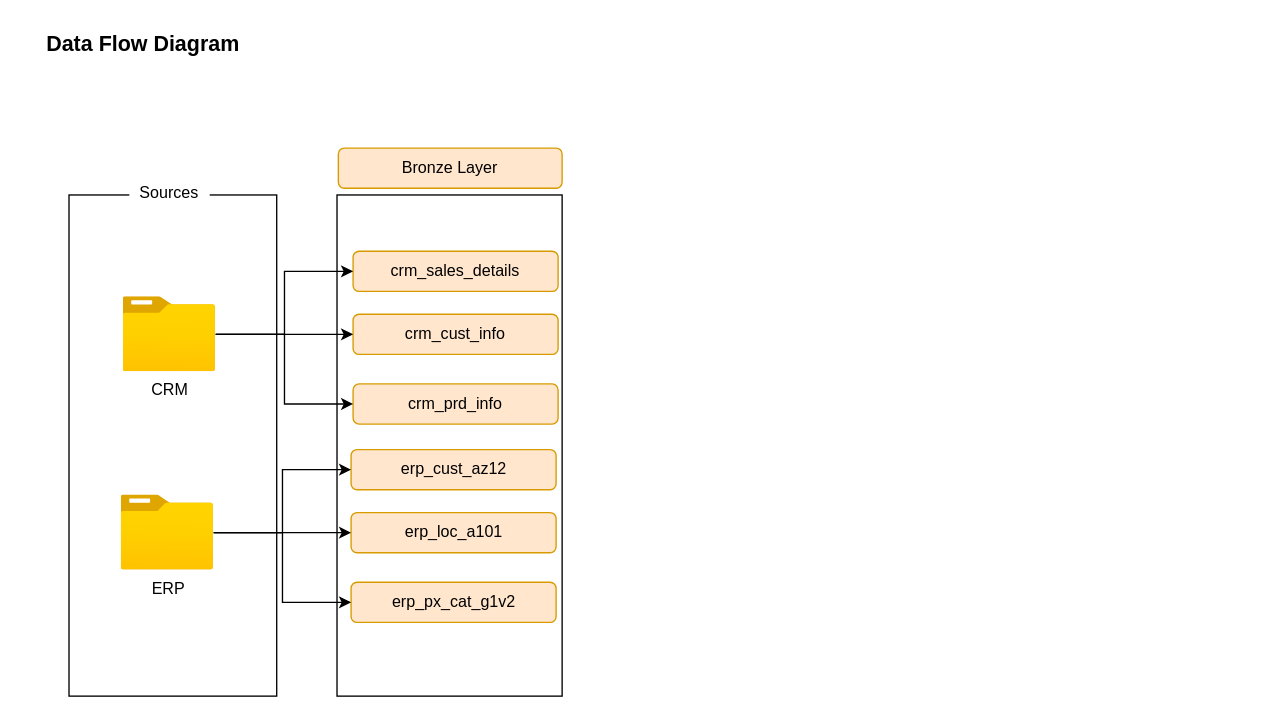
Before: page "Page-2" (2 of 4) of docs/DWH Architecture.drawio in papijo/sql-data-warehouse-project, a draw.io diagram. Source tidied: cells renumbered, new cells numbered last; positions are measured from the earlier drawing's top-left corner, leaving out a move shared by most shapes. Both pictures are drawn from the tidied source at 134%, with x=0, y=0 at pixel (23, 23).
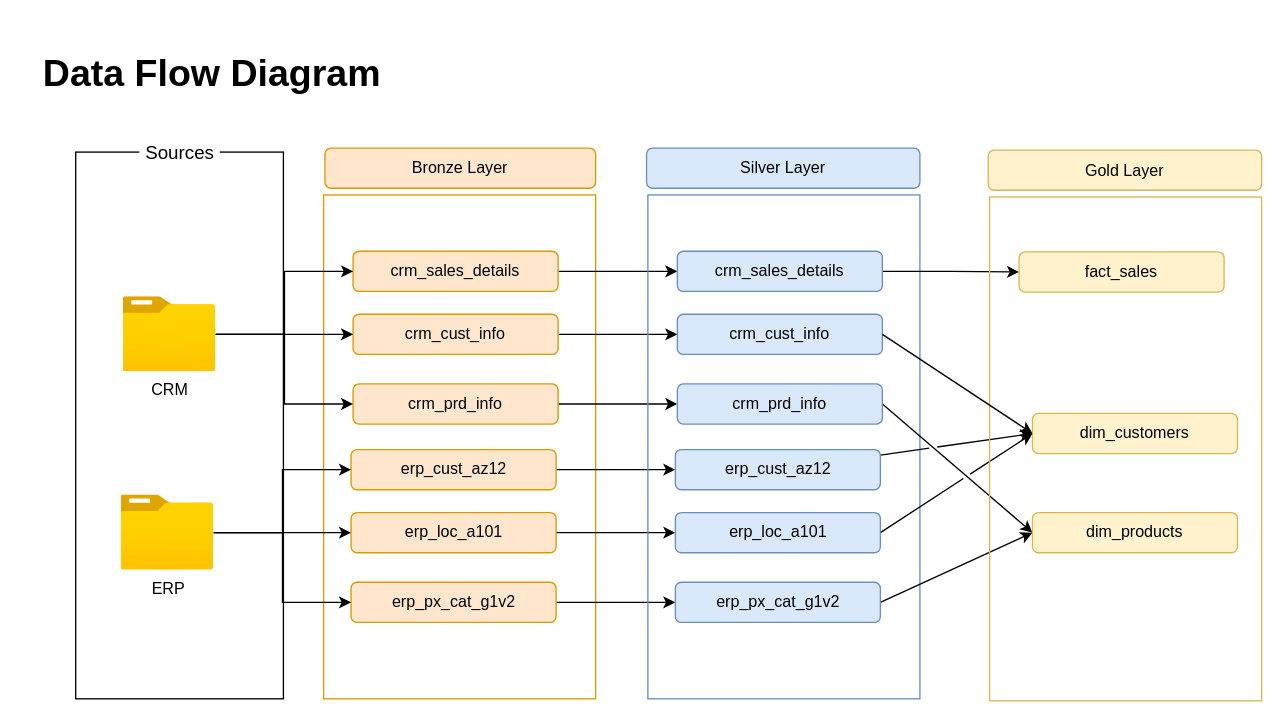
The same diagram, later.

Commit message (it also covers changes not shown here):
Full Data Warehouse

Unchanged cells that the change refers to:
```xml
<mxCell id="8" value="crm_sales_details" style="text;html=1;whiteSpace=wrap;strokeColor=#d79b00;fillColor=#ffe6cc;align=center;verticalAlign=middle;rounded=1;" parent="1" vertex="1">
  <mxGeometry x="246" y="170" width="153" height="30" as="geometry" />
</mxCell>
<mxCell id="9" value="crm_cust_info" style="text;html=1;whiteSpace=wrap;strokeColor=#d79b00;fillColor=#ffe6cc;align=center;verticalAlign=middle;rounded=1;" parent="1" vertex="1">
  <mxGeometry x="246" y="217" width="153" height="30" as="geometry" />
</mxCell>
<mxCell id="10" value="crm_prd_info" style="text;html=1;whiteSpace=wrap;strokeColor=#d79b00;fillColor=#ffe6cc;align=center;verticalAlign=middle;rounded=1;" parent="1" vertex="1">
  <mxGeometry x="246" y="269" width="153" height="30" as="geometry" />
</mxCell>
<mxCell id="15" value="erp_cust_az12" style="text;html=1;whiteSpace=wrap;strokeColor=#d79b00;fillColor=#ffe6cc;align=center;verticalAlign=middle;rounded=1;" parent="1" vertex="1">
  <mxGeometry x="244.5" y="318" width="153" height="30" as="geometry" />
</mxCell>
<mxCell id="16" value="erp_loc_a101" style="text;html=1;whiteSpace=wrap;strokeColor=#d79b00;fillColor=#ffe6cc;align=center;verticalAlign=middle;rounded=1;" parent="1" vertex="1">
  <mxGeometry x="244.5" y="365" width="153" height="30" as="geometry" />
</mxCell>
<mxCell id="17" value="erp_px_cat_g1v2" style="text;html=1;whiteSpace=wrap;strokeColor=#d79b00;fillColor=#ffe6cc;align=center;verticalAlign=middle;rounded=1;" parent="1" vertex="1">
  <mxGeometry x="244.5" y="417" width="153" height="30" as="geometry" />
</mxCell>
```

The edit, as a diff of the source:
```diff
@@
-    <mxCell id="2" value="&lt;b&gt;&lt;font style=&quot;font-size: 16px;&quot;&gt;Data Flow Diagram&lt;/font&gt;&lt;/b&gt;" style="text;html=1;whiteSpace=wrap;strokeColor=none;fillColor=none;align=center;verticalAlign=middle;rounded=0;" parent="1" vertex="1">
-      <mxGeometry width="179" height="30" as="geometry" />
+    <mxCell id="2" value="&lt;b&gt;&lt;font style=&quot;font-size: 28px;&quot;&gt;Data Flow Diagram&lt;/font&gt;&lt;/b&gt;" style="text;html=1;whiteSpace=wrap;strokeColor=none;fillColor=none;align=center;verticalAlign=middle;rounded=0;" parent="1" vertex="1">
+      <mxGeometry width="282" height="74" as="geometry" />
     </mxCell>
     <mxCell id="3" style="rounded=0;whiteSpace=wrap;html=1;" parent="1" vertex="1">
-      <mxGeometry x="34" y="128" width="155" height="374" as="geometry" />
+      <mxGeometry x="39" y="96" width="155" height="408" as="geometry" />
     </mxCell>
-    <mxCell id="4" value="Sources" style="text;html=1;whiteSpace=wrap;strokeColor=none;fillColor=default;align=center;verticalAlign=middle;rounded=0;" parent="1" vertex="1">
-      <mxGeometry x="79" y="112" width="60" height="30" as="geometry" />
+    <mxCell id="4" value="&lt;font style=&quot;font-size: 14px;&quot;&gt;Sources&lt;/font&gt;" style="text;html=1;whiteSpace=wrap;strokeColor=none;fillColor=default;align=center;verticalAlign=middle;rounded=0;" parent="1" vertex="1">
+      <mxGeometry x="86.5" y="82" width="60" height="30" as="geometry" />
     </mxCell>
@@
-    <mxCell id="6" style="rounded=0;whiteSpace=wrap;html=1;" parent="1" vertex="1">
-      <mxGeometry x="234" y="128" width="168" height="374" as="geometry" />
+    <mxCell id="6" style="rounded=0;whiteSpace=wrap;html=1;fillColor=none;strokeColor=#d79b00;" parent="1" vertex="1">
+      <mxGeometry x="224" y="128" width="203" height="376" as="geometry" />
     </mxCell>
     <mxCell id="7" value="Bronze Layer" style="text;html=1;whiteSpace=wrap;strokeColor=#d79b00;fillColor=#ffe6cc;align=center;verticalAlign=middle;rounded=1;" parent="1" vertex="1">
-      <mxGeometry x="235" y="93" width="167" height="30" as="geometry" />
+      <mxGeometry x="225" y="93" width="202" height="30" as="geometry" />
     </mxCell>
+    <mxCell id="21" style="edgeStyle=orthogonalEdgeStyle;rounded=0;jettySize=auto;html=1;" parent="1" edge="1" source="8" target="30">
+      <mxGeometry relative="1" as="geometry" />
+    </mxCell>
@@
+    <mxCell id="22" style="edgeStyle=orthogonalEdgeStyle;rounded=0;jettySize=auto;html=1;entryX=0;entryY=0.5;entryDx=0;entryDy=0;" parent="1" edge="1" source="9" target="31">
+      <mxGeometry relative="1" as="geometry" />
+    </mxCell>
@@
+    <mxCell id="23" style="edgeStyle=orthogonalEdgeStyle;rounded=0;jettySize=auto;html=1;entryX=0;entryY=0.5;entryDx=0;entryDy=0;" parent="1" edge="1" source="10" target="33">
+      <mxGeometry relative="1" as="geometry" />
+    </mxCell>
@@
+    <mxCell id="24" style="edgeStyle=orthogonalEdgeStyle;rounded=0;jettySize=auto;html=1;" parent="1" edge="1" source="15" target="35">
+      <mxGeometry relative="1" as="geometry" />
+    </mxCell>
@@
+    <mxCell id="25" style="edgeStyle=orthogonalEdgeStyle;rounded=0;jettySize=auto;html=1;entryX=0;entryY=0.5;entryDx=0;entryDy=0;" parent="1" edge="1" source="16" target="37">
+      <mxGeometry relative="1" as="geometry" />
+    </mxCell>
@@
+    <mxCell id="26" style="edgeStyle=orthogonalEdgeStyle;rounded=0;jettySize=auto;html=1;" parent="1" edge="1" source="17" target="39">
+      <mxGeometry relative="1" as="geometry" />
+    </mxCell>
@@
+    <mxCell id="27" style="rounded=0;whiteSpace=wrap;html=1;fillColor=none;strokeColor=#6c8ebf;" parent="1" vertex="1">
+      <mxGeometry x="466" y="128" width="203" height="376" as="geometry" />
+    </mxCell>
+    <mxCell id="28" value="Silver Layer" style="text;html=1;whiteSpace=wrap;strokeColor=#6c8ebf;fillColor=#dae8fc;align=center;verticalAlign=middle;rounded=1;" parent="1" vertex="1">
+      <mxGeometry x="465" y="93" width="204" height="30" as="geometry" />
+    </mxCell>
+    <mxCell id="29" style="edgeStyle=orthogonalEdgeStyle;rounded=0;jettySize=auto;html=1;" parent="1" edge="1" source="30" target="42">
+      <mxGeometry relative="1" as="geometry" />
+    </mxCell>
+    <mxCell id="30" value="crm_sales_details" style="text;html=1;whiteSpace=wrap;strokeColor=#6c8ebf;fillColor=#dae8fc;align=center;verticalAlign=middle;rounded=1;" parent="1" vertex="1">
+      <mxGeometry x="488" y="170" width="153" height="30" as="geometry" />
+    </mxCell>
+    <mxCell id="31" value="crm_cust_info" style="text;html=1;whiteSpace=wrap;strokeColor=#6c8ebf;fillColor=#dae8fc;align=center;verticalAlign=middle;rounded=1;" parent="1" vertex="1">
+      <mxGeometry x="488" y="217" width="153" height="30" as="geometry" />
+    </mxCell>
+    <mxCell id="32" style="rounded=0;jettySize=auto;html=1;entryX=0;entryY=0.5;entryDx=0;entryDy=0;exitX=1;exitY=0.5;exitDx=0;exitDy=0;jumpStyle=gap;" parent="1" edge="1" source="33" target="44">
+      <mxGeometry relative="1" as="geometry" />
+    </mxCell>
+    <mxCell id="33" value="crm_prd_info" style="text;html=1;whiteSpace=wrap;strokeColor=#6c8ebf;fillColor=#dae8fc;align=center;verticalAlign=middle;rounded=1;" parent="1" vertex="1">
+      <mxGeometry x="488" y="269" width="153" height="30" as="geometry" />
+    </mxCell>
+    <mxCell id="34" style="rounded=0;jettySize=auto;html=1;entryX=0;entryY=0.5;entryDx=0;entryDy=0;jumpStyle=gap;" parent="1" edge="1" source="35" target="43">
+      <mxGeometry relative="1" as="geometry" />
+    </mxCell>
+    <mxCell id="35" value="erp_cust_az12" style="text;html=1;whiteSpace=wrap;strokeColor=#6c8ebf;fillColor=#dae8fc;align=center;verticalAlign=middle;rounded=1;" parent="1" vertex="1">
+      <mxGeometry x="486.5" y="318" width="153" height="30" as="geometry" />
+    </mxCell>
+    <mxCell id="36" style="rounded=0;jettySize=auto;html=1;entryX=0;entryY=0.5;entryDx=0;entryDy=0;exitX=1;exitY=0.5;exitDx=0;exitDy=0;jumpStyle=gap;" parent="1" edge="1" source="37" target="43">
+      <mxGeometry relative="1" as="geometry" />
+    </mxCell>
+    <mxCell id="37" value="erp_loc_a101" style="text;html=1;whiteSpace=wrap;strokeColor=#6c8ebf;fillColor=#dae8fc;align=center;verticalAlign=middle;rounded=1;" parent="1" vertex="1">
+      <mxGeometry x="486.5" y="365" width="153" height="30" as="geometry" />
+    </mxCell>
+    <mxCell id="38" style="rounded=0;jettySize=auto;html=1;entryX=0;entryY=0.5;entryDx=0;entryDy=0;exitX=1;exitY=0.5;exitDx=0;exitDy=0;jumpStyle=gap;" parent="1" edge="1" source="39" target="44">
+      <mxGeometry relative="1" as="geometry" />
+    </mxCell>
+    <mxCell id="39" value="erp_px_cat_g1v2" style="text;html=1;whiteSpace=wrap;strokeColor=#6c8ebf;fillColor=#dae8fc;align=center;verticalAlign=middle;rounded=1;" parent="1" vertex="1">
+      <mxGeometry x="486.5" y="417" width="153" height="30" as="geometry" />
+    </mxCell>
+    <mxCell id="40" style="rounded=0;whiteSpace=wrap;html=1;fillColor=none;strokeColor=#d6b656;" parent="1" vertex="1">
+      <mxGeometry x="721" y="129.5" width="203" height="376" as="geometry" />
+    </mxCell>
+    <mxCell id="41" value="Gold Layer" style="text;html=1;whiteSpace=wrap;strokeColor=#d6b656;fillColor=#fff2cc;align=center;verticalAlign=middle;rounded=1;" parent="1" vertex="1">
+      <mxGeometry x="720" y="94.5" width="204" height="30" as="geometry" />
+    </mxCell>
+    <mxCell id="42" value="fact_sales" style="text;html=1;whiteSpace=wrap;strokeColor=#d6b656;fillColor=#fff2cc;align=center;verticalAlign=middle;rounded=1;" parent="1" vertex="1">
+      <mxGeometry x="743" y="170.5" width="153" height="30" as="geometry" />
+    </mxCell>
+    <mxCell id="43" value="dim_customers" style="text;html=1;whiteSpace=wrap;strokeColor=#d6b656;fillColor=#fff2cc;align=center;verticalAlign=middle;rounded=1;" parent="1" vertex="1">
+      <mxGeometry x="753" y="291" width="153" height="30" as="geometry" />
+    </mxCell>
+    <mxCell id="44" value="dim_products" style="text;html=1;whiteSpace=wrap;strokeColor=#d6b656;fillColor=#fff2cc;align=center;verticalAlign=middle;rounded=1;" parent="1" vertex="1">
+      <mxGeometry x="753" y="365" width="153" height="30" as="geometry" />
+    </mxCell>
+    <mxCell id="45" style="endArrow=classic;html=1;rounded=0;exitX=1;exitY=0.5;exitDx=0;exitDy=0;entryX=0;entryY=0.5;entryDx=0;entryDy=0;jumpStyle=gap;" parent="1" edge="1" source="31" target="43">
+      <mxGeometry relative="1" as="geometry" />
+    </mxCell>
```
